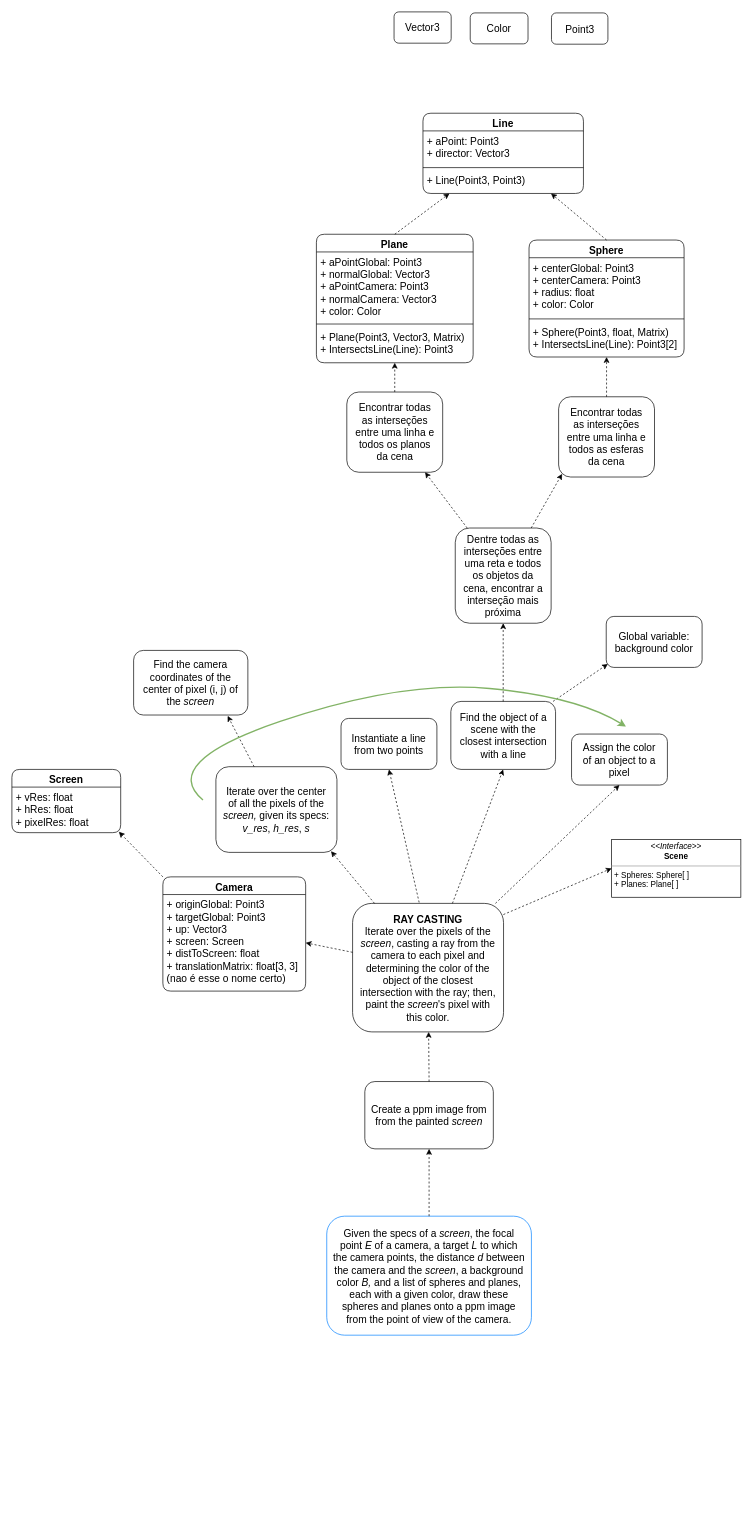
The draw.io diagram Implementation UML/Plain Ray Casting.drawio in addaesg/Ray-Tracing, before the edit. Source tidied: cells renumbered, new cells numbered last; positions are measured from the earlier drawing's top-left corner, leaving out a move shared by most shapes. Both pictures are drawn from the tidied source at 68%, with x=0, y=0 at pixel (12, 12).
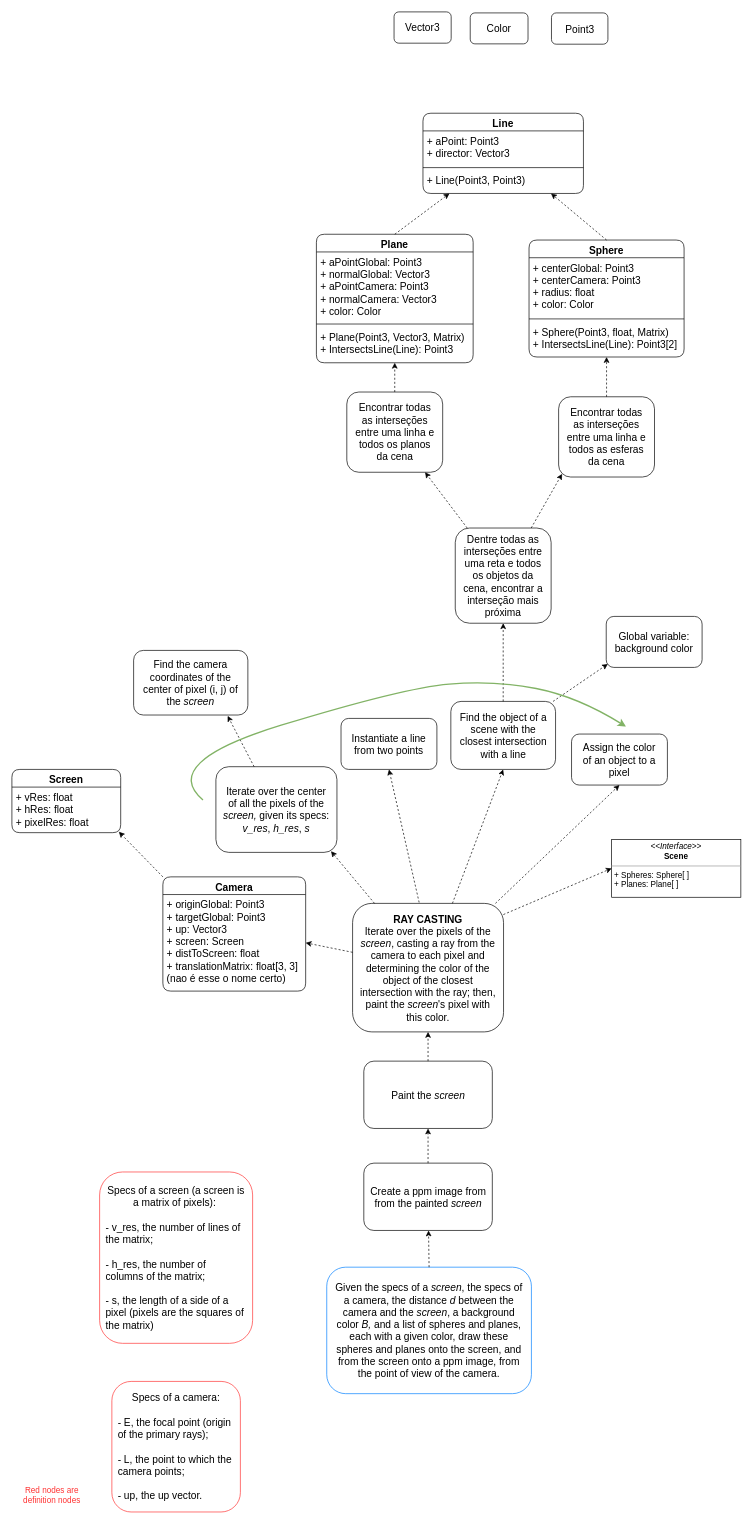
The same page after the edit.

Commit message:
Add definition nodes and a 'paint the screen' node

Unchanged cells that the change refers to:
```xml
<mxCell id="49" value="&lt;b&gt;RAY CASTING&lt;/b&gt;&lt;br&gt;Iterate over the pixels of the &lt;i&gt;screen&lt;/i&gt;, casting a ray from the camera to each pixel and determining the color of the object of the closest intersection with the ray; then, paint the &lt;i&gt;screen&lt;/i&gt;'s pixel with this color." style="text;html=1;strokeColor=default;fillColor=none;align=center;verticalAlign=middle;whiteSpace=wrap;rounded=1;fontSize=15;spacingLeft=8;spacingRight=8;" parent="1" vertex="1">
  <mxGeometry x="501" y="1311" width="222" height="189" as="geometry" />
</mxCell>
```

Change to the diagram source:
```diff
@@
-    <mxCell id="2" value="Given the specs of a &lt;i style=&quot;font-size: 15px&quot;&gt;screen&lt;/i&gt;, the focal point &lt;i style=&quot;font-size: 15px&quot;&gt;E&lt;/i&gt;&amp;nbsp;of a camera, a target &lt;i style=&quot;font-size: 15px&quot;&gt;L&lt;/i&gt; to which the camera points, the distance &lt;i style=&quot;font-size: 15px&quot;&gt;d&lt;/i&gt;&amp;nbsp;between the camera and the &lt;i&gt;screen&lt;/i&gt;, a background color &lt;i style=&quot;font-size: 15px&quot;&gt;B,&lt;/i&gt;&amp;nbsp;and a list of spheres and planes, each with a given color, draw these spheres and planes onto a ppm image from the point of view of the camera." style="text;html=1;strokeColor=#007FFF;fillColor=none;align=center;verticalAlign=middle;whiteSpace=wrap;rounded=1;fontSize=15;spacingLeft=8;spacingRight=8;" parent="1" vertex="1">
-      <mxGeometry x="463" y="1771" width="301" height="175" as="geometry" />
+    <mxCell id="2" value="Given the specs of a &lt;i style=&quot;font-size: 15px&quot;&gt;screen&lt;/i&gt;, the specs of a camera,&amp;nbsp;the distance &lt;i style=&quot;font-size: 15px&quot;&gt;d&lt;/i&gt;&amp;nbsp;between the camera and the &lt;i&gt;screen&lt;/i&gt;, a background color &lt;i style=&quot;font-size: 15px&quot;&gt;B,&lt;/i&gt;&amp;nbsp;and a list of spheres and planes, each with a given color, draw these spheres and planes onto the screen, and from the screen onto a ppm image, from the point of view of the camera." style="text;html=1;strokeColor=#007FFF;fillColor=none;align=center;verticalAlign=middle;whiteSpace=wrap;rounded=1;fontSize=15;spacingLeft=8;spacingRight=8;" parent="1" vertex="1">
+      <mxGeometry x="463" y="1846" width="301" height="186" as="geometry" />
     </mxCell>
@@
+    <mxCell id="53" style="edgeStyle=orthogonalEdgeStyle;rounded=0;jettySize=auto;html=1;entryX=0.5;entryY=1;entryDx=0;entryDy=0;dashed=1;" parent="1" edge="1" source="19" target="56">
+      <mxGeometry relative="1" as="geometry" />
+    </mxCell>
     <mxCell id="19" value="Create a ppm image from from the painted &lt;i&gt;screen&lt;/i&gt;" style="text;html=1;strokeColor=default;fillColor=none;align=center;verticalAlign=middle;whiteSpace=wrap;rounded=1;fontSize=15;spacingLeft=8;spacingRight=8;" parent="1" vertex="1">
-      <mxGeometry x="519" y="1573" width="189" height="99" as="geometry" />
+      <mxGeometry x="517.5" y="1693" width="189" height="99" as="geometry" />
     </mxCell>
-    <mxCell id="20" style="edgeStyle=none;rounded=0;jettySize=auto;html=1;fontSize=15;exitX=0.5;exitY=0;exitDx=0;exitDy=0;dashed=1;" parent="1" edge="1" source="19" target="49">
-      <mxGeometry relative="1" as="geometry" />
-    </mxCell>
@@
     <mxCell id="47" style="curved=1;endArrow=classic;html=1;rounded=0;strokeWidth=2;fillColor=#d5e8d4;strokeColor=#82b366;" parent="1" edge="1">
       <mxGeometry relative="1" as="geometry">
         <mxPoint x="281" y="1159" as="sourcePoint" />
         <mxPoint x="903" y="1051" as="targetPoint" />
         <Array as="points">
           <mxPoint x="216" y="1104" />
-          <mxPoint x="573" y="983" />
+          <mxPoint x="576" y="994" />
+          <mxPoint x="710" y="983" />
           <mxPoint x="832" y="1007" />
         </Array>
       </mxGeometry>
     </mxCell>
@@
+    <mxCell id="54" value="Specs of a screen (a screen is a matrix of pixels):&amp;nbsp;&lt;br&gt;&lt;br&gt;&lt;div style=&quot;text-align: left ; line-height: 1.2&quot;&gt;- v_res, the number of lines of the matrix;&lt;/div&gt;&lt;div style=&quot;text-align: left ; line-height: 1.2&quot;&gt;&lt;br&gt;&lt;/div&gt;&lt;div style=&quot;text-align: left&quot;&gt;- h_res, the number of columns of the matrix;&lt;/div&gt;&lt;div style=&quot;text-align: left&quot;&gt;&lt;br&gt;&lt;/div&gt;&lt;div style=&quot;text-align: left&quot;&gt;- s, the length of a side of a pixel (pixels are the squares of the matrix)&lt;/div&gt;" style="text;html=1;strokeColor=#FF3333;fillColor=none;align=center;verticalAlign=middle;whiteSpace=wrap;rounded=1;fontSize=15;spacingLeft=8;spacingRight=8;" parent="1" vertex="1">
+      <mxGeometry x="129" y="1706" width="225" height="252" as="geometry" />
+    </mxCell>
+    <mxCell id="55" style="edgeStyle=orthogonalEdgeStyle;rounded=0;jettySize=auto;html=1;entryX=0.5;entryY=1;entryDx=0;entryDy=0;dashed=1;" parent="1" edge="1" source="56" target="49">
+      <mxGeometry relative="1" as="geometry" />
+    </mxCell>
+    <mxCell id="56" value="Paint the &lt;i&gt;screen&lt;/i&gt;" style="text;html=1;strokeColor=default;fillColor=none;align=center;verticalAlign=middle;whiteSpace=wrap;rounded=1;fontSize=15;spacingLeft=8;spacingRight=8;" parent="1" vertex="1">
+      <mxGeometry x="517.5" y="1543" width="189" height="99" as="geometry" />
+    </mxCell>
+    <mxCell id="57" value="Specs of a camera:&lt;br&gt;&lt;br&gt;&lt;div style=&quot;text-align: left&quot;&gt;&lt;span&gt;- E, the focal point (origin of the primary rays);&amp;nbsp;&lt;/span&gt;&lt;/div&gt;&lt;div style=&quot;text-align: left&quot;&gt;&lt;span&gt;&lt;br&gt;&lt;/span&gt;&lt;/div&gt;&lt;div style=&quot;text-align: left&quot;&gt;&lt;span&gt;- L, the point to which the camera points;&lt;/span&gt;&lt;/div&gt;&lt;div style=&quot;text-align: left&quot;&gt;&lt;span&gt;&lt;br&gt;&lt;/span&gt;&lt;/div&gt;&lt;div style=&quot;text-align: left&quot;&gt;&lt;span&gt;- up, the up vector.&lt;/span&gt;&lt;/div&gt;" style="text;html=1;strokeColor=#FF3333;fillColor=none;align=center;verticalAlign=middle;whiteSpace=wrap;rounded=1;fontSize=15;spacingLeft=8;spacingRight=8;" parent="1" vertex="1">
+      <mxGeometry x="147" y="2014" width="189" height="192" as="geometry" />
+    </mxCell>
+    <mxCell id="58" value="&lt;font color=&quot;#ff3333&quot;&gt;Red nodes are definition nodes&lt;/font&gt;" style="text;html=1;strokeColor=none;fillColor=none;align=center;verticalAlign=middle;whiteSpace=wrap;rounded=0;" parent="1" vertex="1">
+      <mxGeometry x="12" y="2157" width="94" height="49" as="geometry" />
+    </mxCell>
```
